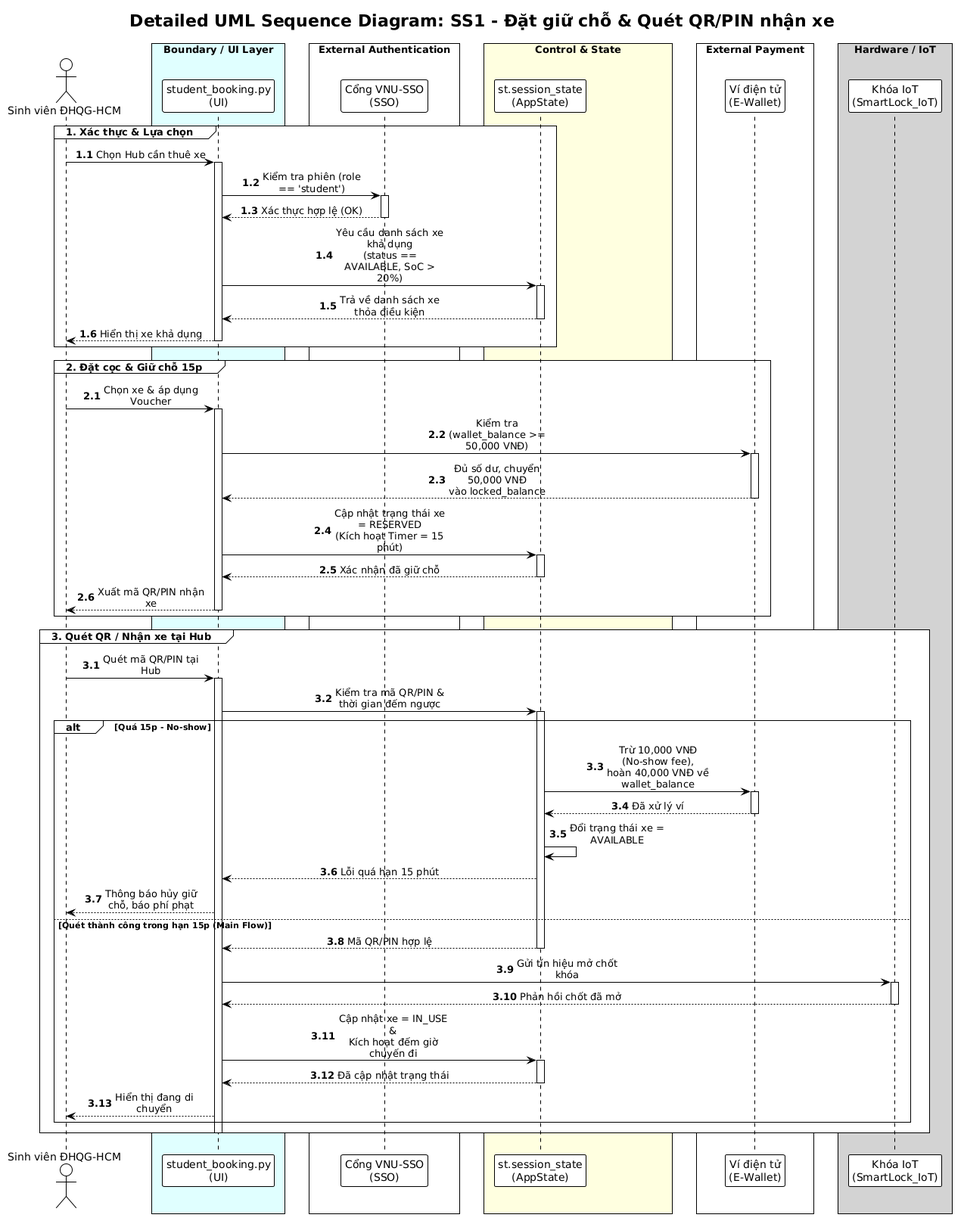
Dat-nguyen195/BTL_1_CNPM keeps this PlantUML diagram as docs/diagrams/Use-case detail-scenario/SS1/Sequence diagrams/UC_SS1_01_NguyenThanhDat_sequence.png. Above is the earlier version.
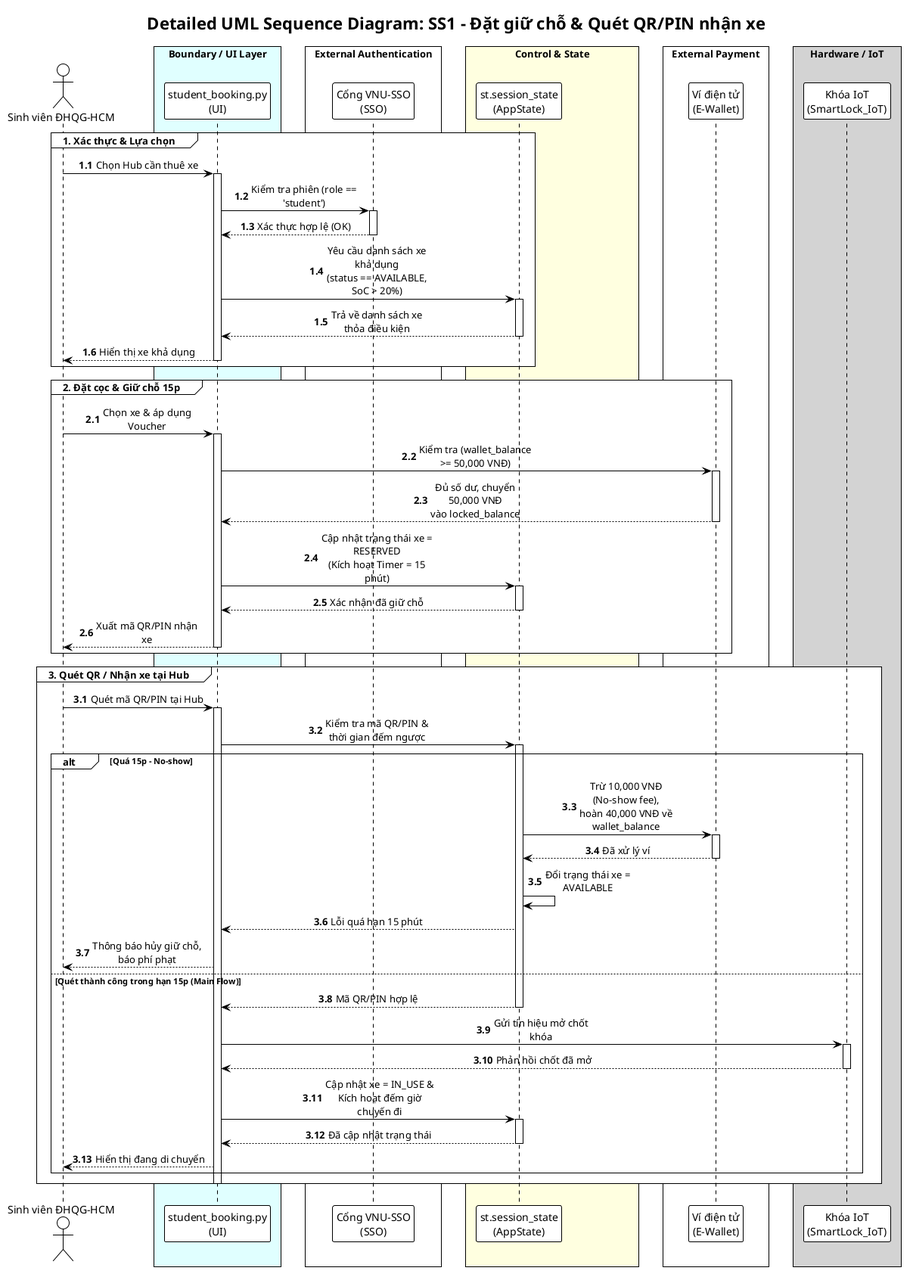
After the change.

The edit, as a diff of the source:
```diff
@@ -1,4 +1,5 @@
-@startuml
+@startuml UC_SS1_01_NguyenThanhDat_sequence
+!pragma layout smetana
 !theme plain
 skinparam sequenceMessageAlign center
 skinparam maxMessageSize 150
@@ -96,4 +97,5 @@
     end
     deactivate UI
 end
+
 @enduml
```
